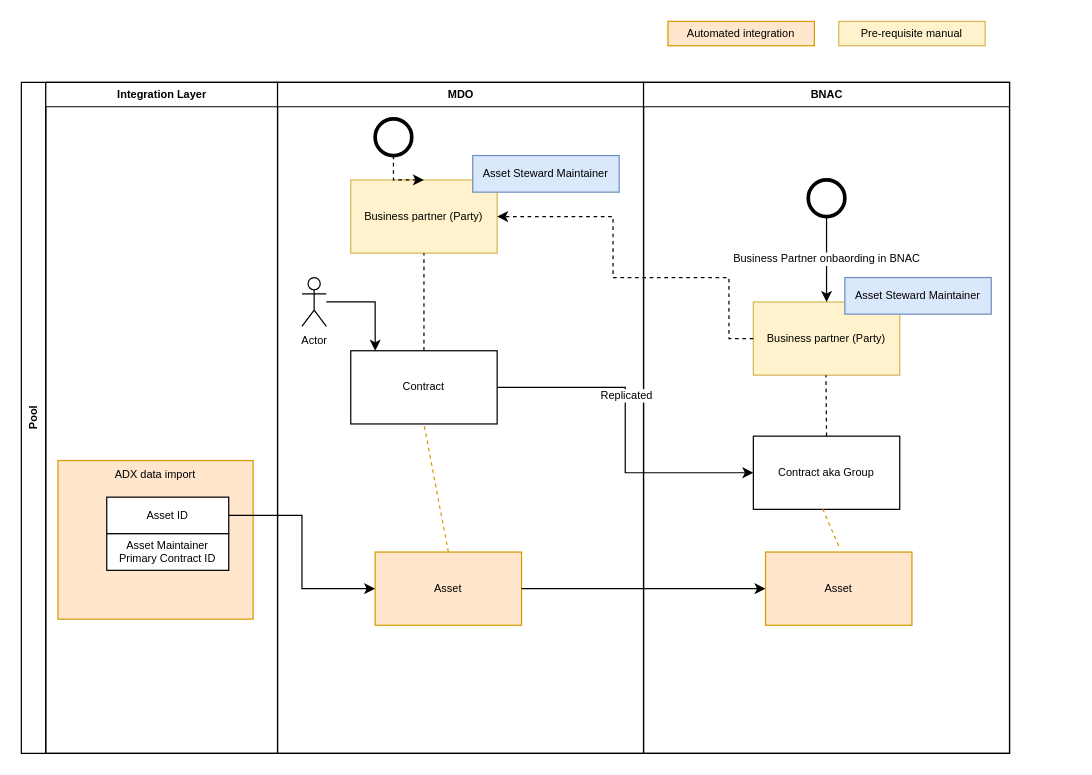
Before: page "Page-7" (7 of 7) of Untitled Diagram.drawio in MohdSaifz/geojsons, a draw.io diagram. Source tidied: cells renumbered, new cells numbered last; positions are measured from the earlier drawing's top-left corner, leaving out a move shared by most shapes. Both pictures are drawn from the tidied source at 122%, with x=0, y=0 at pixel (21, 21).
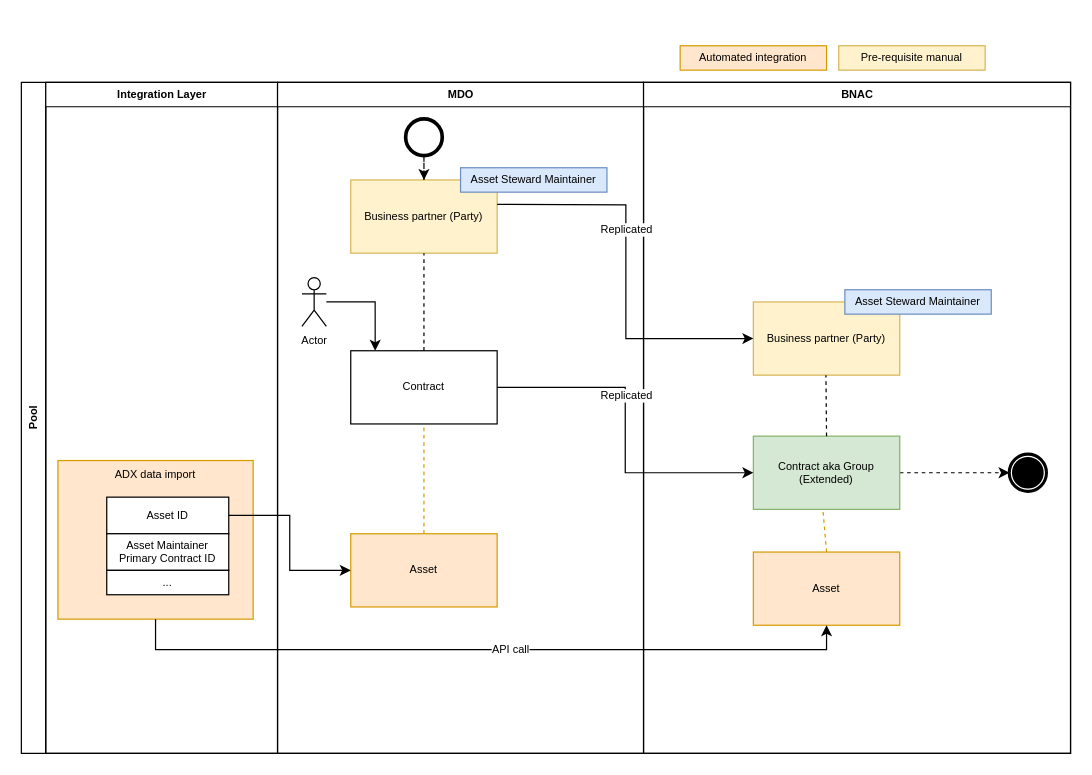
The same page after the edit.

The change refers to these unchanged cells:
```xml
<mxCell id="3" value="Integration Layer" style="swimlane;html=1;startSize=20;fontSize=9;" parent="2" vertex="1">
  <mxGeometry x="20" width="190" height="550" as="geometry" />
</mxCell>
<mxCell id="4" value="ADX data import" style="rounded=0;whiteSpace=wrap;html=1;fontSize=9;verticalAlign=top;fillColor=#ffe6cc;strokeColor=#d79b00;" parent="3" vertex="1">
  <mxGeometry x="10" y="310" width="160" height="130" as="geometry" />
</mxCell>
<mxCell id="7" value="MDO" style="swimlane;html=1;startSize=20;fontSize=9;" parent="2" vertex="1">
  <mxGeometry x="210" width="300" height="550" as="geometry" />
</mxCell>
<mxCell id="9" value="Business partner (Party)" style="rounded=0;whiteSpace=wrap;html=1;fontSize=9;fillColor=#fff2cc;strokeColor=#d6b656;" parent="7" vertex="1">
  <mxGeometry x="60" y="80" width="120" height="60" as="geometry" />
</mxCell>
<mxCell id="20" value="Business partner (Party)" style="rounded=0;whiteSpace=wrap;html=1;fontSize=9;fillColor=#fff2cc;strokeColor=#d6b656;" parent="18" vertex="1">
  <mxGeometry x="90" y="180" width="120" height="60" as="geometry" />
</mxCell>
```

What changed in the source:
```diff
@@
     <mxCell id="2" value="Pool" style="swimlane;html=1;startSize=20;horizontal=0;whiteSpace=wrap;fontSize=9;" parent="1" vertex="1">
-      <mxGeometry y="50" width="810" height="550" as="geometry" />
+      <mxGeometry y="50" width="860" height="550" as="geometry" />
     </mxCell>
@@
+    <mxCell id="34" value="..." style="whiteSpace=wrap;html=1;fontSize=9;rounded=0;" parent="3" vertex="1">
+      <mxGeometry x="50" y="400" width="100" height="20" as="geometry" />
+    </mxCell>
@@
     <mxCell id="11" value="Asset Steward Maintainer" style="text;html=1;strokeColor=#6c8ebf;fillColor=#dae8fc;align=center;verticalAlign=middle;whiteSpace=wrap;rounded=0;fontSize=9;" parent="7" vertex="1">
-      <mxGeometry x="160" y="60" width="120" height="30" as="geometry" />
+      <mxGeometry x="150" y="70" width="120" height="20" as="geometry" />
     </mxCell>
     <mxCell id="12" value="Asset" style="whiteSpace=wrap;html=1;fontSize=9;rounded=0;fillColor=#ffe6cc;strokeColor=#d79b00;" parent="7" vertex="1">
-      <mxGeometry x="80" y="385" width="120" height="60" as="geometry" />
+      <mxGeometry x="60" y="370" width="120" height="60" as="geometry" />
     </mxCell>
@@
     <mxCell id="14" style="points=[[0.145,0.145,0],[0.5,0,0],[0.855,0.145,0],[1,0.5,0],[0.855,0.855,0],[0.5,1,0],[0.145,0.855,0],[0,0.5,0]];shape=mxgraph.bpmn.event;html=1;verticalLabelPosition=bottom;labelBackgroundColor=#ffffff;verticalAlign=top;align=center;perimeter=ellipsePerimeter;outlineConnect=0;outline=end;symbol=terminate2;fontSize=9;" parent="7" vertex="1">
-      <mxGeometry x="80" y="30" width="30" height="30" as="geometry" />
+      <mxGeometry x="105" y="30" width="30" height="30" as="geometry" />
     </mxCell>
@@
     <mxCell id="18" value="BNAC" style="swimlane;html=1;startSize=20;fontSize=9;" parent="2" vertex="1">
-      <mxGeometry x="510" width="300" height="550" as="geometry" />
+      <mxGeometry x="510" width="350" height="550" as="geometry" />
     </mxCell>
+    <mxCell id="35" style="edgeStyle=orthogonalEdgeStyle;rounded=0;jettySize=auto;html=1;dashed=1;fontSize=9;entryX=0;entryY=0.5;entryDx=0;entryDy=0;entryPerimeter=0;" parent="18" edge="1" source="19" target="38">
+      <mxGeometry relative="1" as="geometry" />
+    </mxCell>
-    <mxCell id="19" value="Contract aka Group" style="whiteSpace=wrap;html=1;fontSize=9;rounded=0;" parent="18" vertex="1">
+    <mxCell id="19" value="Contract aka Group&lt;br&gt;(Extended)" style="whiteSpace=wrap;html=1;fontSize=9;rounded=0;fillColor=#d5e8d4;strokeColor=#82b366;" parent="18" vertex="1">
       <mxGeometry x="90" y="290" width="120" height="60" as="geometry" />
     </mxCell>
@@
-    <mxCell id="21" value="Business Partner onbaording in BNAC" style="edgeStyle=orthogonalEdgeStyle;rounded=0;jettySize=auto;html=1;entryX=0.5;entryY=0;entryDx=0;entryDy=0;fontSize=9;" parent="18" edge="1" source="22" target="20">
-      <mxGeometry relative="1" as="geometry" />
-    </mxCell>
-    <mxCell id="22" style="points=[[0.145,0.145,0],[0.5,0,0],[0.855,0.145,0],[1,0.5,0],[0.855,0.855,0],[0.5,1,0],[0.145,0.855,0],[0,0.5,0]];shape=mxgraph.bpmn.event;html=1;verticalLabelPosition=bottom;labelBackgroundColor=#ffffff;verticalAlign=top;align=center;perimeter=ellipsePerimeter;outlineConnect=0;outline=end;symbol=terminate2;fontSize=9;" parent="18" vertex="1">
-      <mxGeometry x="135" y="80" width="30" height="30" as="geometry" />
-    </mxCell>
@@
     <mxCell id="24" value="Asset Steward Maintainer" style="text;html=1;strokeColor=#6c8ebf;fillColor=#dae8fc;align=center;verticalAlign=middle;whiteSpace=wrap;rounded=0;fontSize=9;" parent="18" vertex="1">
-      <mxGeometry x="165" y="160" width="120" height="30" as="geometry" />
+      <mxGeometry x="165" y="170" width="120" height="20" as="geometry" />
     </mxCell>
     <mxCell id="25" value="Asset" style="whiteSpace=wrap;html=1;fontSize=9;rounded=0;fillColor=#ffe6cc;strokeColor=#d79b00;" parent="18" vertex="1">
-      <mxGeometry x="100" y="385" width="120" height="60" as="geometry" />
+      <mxGeometry x="90" y="385" width="120" height="60" as="geometry" />
     </mxCell>
-    <mxCell id="26" style="endArrow=none;dashed=1;html=1;rounded=0;fontSize=9;fillColor=#ffe6cc;strokeColor=#d79b00;" parent="18" edge="1">
+    <mxCell id="26" style="endArrow=none;dashed=1;html=1;rounded=0;fontSize=9;fillColor=#ffe6cc;strokeColor=#d79b00;exitX=0.5;exitY=0;exitDx=0;exitDy=0;" parent="18" edge="1" source="25">
       <mxGeometry relative="1" as="geometry">
-        <mxPoint x="160" y="380" as="sourcePoint" />
         <mxPoint x="147" y="350" as="targetPoint" />
       </mxGeometry>
     </mxCell>
+    <mxCell id="36" style="edgeStyle=orthogonalEdgeStyle;rounded=0;jettySize=auto;html=1;fontSize=9;entryX=0;entryY=0.5;entryDx=0;entryDy=0;" parent="18" edge="1" target="20">
+      <mxGeometry relative="1" as="geometry">
+        <mxPoint x="-120" y="100" as="sourcePoint" />
+      </mxGeometry>
+    </mxCell>
+    <mxCell id="37" value="Replicated" style="edgeLabel;html=1;align=center;verticalAlign=middle;fontSize=9;" parent="36" vertex="1">
+      <mxGeometry x="-0.21" relative="1" as="geometry" />
+    </mxCell>
+    <mxCell id="38" style="points=[[0.145,0.145,0],[0.5,0,0],[0.855,0.145,0],[1,0.5,0],[0.855,0.855,0],[0.5,1,0],[0.145,0.855,0],[0,0.5,0]];shape=mxgraph.bpmn.event;html=1;verticalLabelPosition=bottom;labelBackgroundColor=#ffffff;verticalAlign=top;align=center;perimeter=ellipsePerimeter;outlineConnect=0;outline=end;symbol=terminate;fontSize=9;" parent="18" vertex="1">
+      <mxGeometry x="300" y="305" width="30" height="30" as="geometry" />
+    </mxCell>
@@
-    <mxCell id="30" style="edgeStyle=orthogonalEdgeStyle;rounded=0;jettySize=auto;html=1;entryX=0;entryY=0.5;entryDx=0;entryDy=0;fontSize=9;" parent="2" edge="1" source="12" target="25">
-      <mxGeometry relative="1" as="geometry" />
-    </mxCell>
-    <mxCell id="31" style="edgeStyle=orthogonalEdgeStyle;rounded=0;jettySize=auto;html=1;entryX=1;entryY=0.5;entryDx=0;entryDy=0;fontSize=9;dashed=1;exitX=0;exitY=0.5;exitDx=0;exitDy=0;" parent="2" edge="1" source="20" target="9">
-      <mxGeometry relative="1" as="geometry">
-        <Array as="points">
-          <mxPoint x="580" y="210" />
-          <mxPoint x="580" y="160" />
-          <mxPoint x="485" y="160" />
-          <mxPoint x="485" y="110" />
-        </Array>
-      </mxGeometry>
-    </mxCell>
+    <mxCell id="39" style="edgeStyle=orthogonalEdgeStyle;rounded=0;jettySize=auto;html=1;fontSize=9;entryX=0.5;entryY=1;entryDx=0;entryDy=0;exitX=0.5;exitY=1;exitDx=0;exitDy=0;" parent="2" edge="1" source="4" target="25">
+      <mxGeometry relative="1" as="geometry" />
+    </mxCell>
+    <mxCell id="40" value="API call" style="edgeLabel;html=1;align=center;verticalAlign=middle;fontSize=9;" parent="39" vertex="1">
+      <mxGeometry x="0.06" y="1" relative="1" as="geometry" />
+    </mxCell>
     <mxCell id="32" value="Pre-requisite manual" style="rounded=0;whiteSpace=wrap;html=1;fontSize=9;fillColor=#fff2cc;strokeColor=#d6b656;" parent="1" vertex="1">
-      <mxGeometry x="670" width="120" height="20" as="geometry" />
+      <mxGeometry x="670" y="20" width="120" height="20" as="geometry" />
     </mxCell>
     <mxCell id="33" value="Automated integration" style="whiteSpace=wrap;html=1;fontSize=9;rounded=0;fillColor=#ffe6cc;strokeColor=#d79b00;" parent="1" vertex="1">
-      <mxGeometry x="530" width="120" height="20" as="geometry" />
+      <mxGeometry x="540" y="20" width="120" height="20" as="geometry" />
     </mxCell>
```
